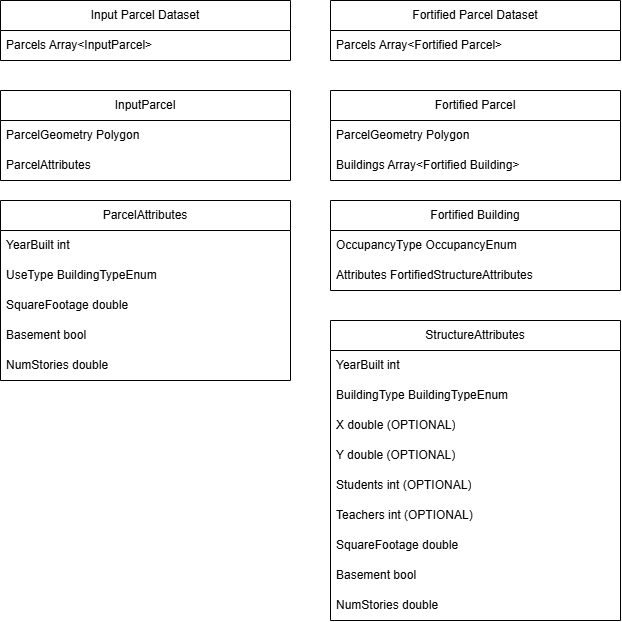
Above: drawio/ExampleDatasets-ParcelDataset.drawio.png in USACE-NSI/nsi-generator (draw.io), before the change. Source tidied: cells renumbered, new cells last; positions are measured from the earlier drawing's top-left corner, leaving out a move shared by most shapes.
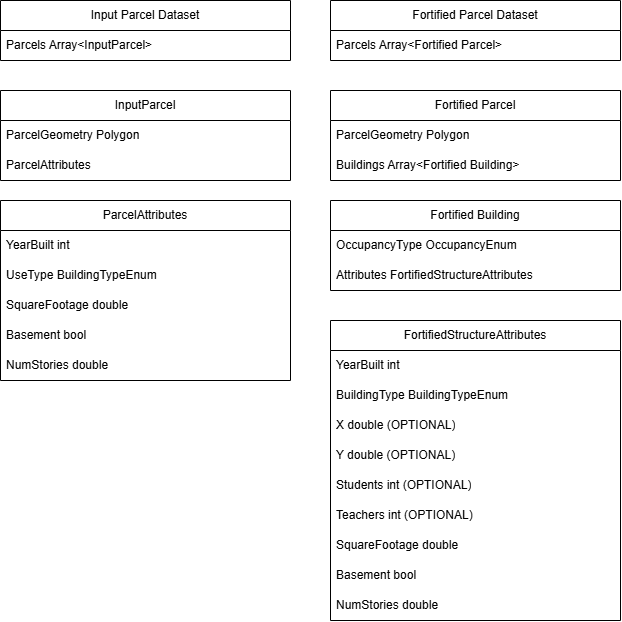
The same file after the commit.

The edit, as a diff of the source:
```diff
@@ -26,7 +26,7 @@
     <mxCell id="9" value="Attributes FortifiedStructureAttributes" style="text;strokeColor=none;fillColor=none;align=left;verticalAlign=middle;spacingLeft=4;spacingRight=4;overflow=hidden;whiteSpace=wrap;html=1;" parent="7" vertex="1">
       <mxGeometry y="60" width="290" height="30" as="geometry" />
     </mxCell>
-    <mxCell id="10" value="StructureAttributes" style="swimlane;fontStyle=0;horizontal=1;startSize=30;whiteSpace=wrap;html=1;" parent="1" vertex="1">
+    <mxCell id="10" value="FortifiedStructureAttributes" style="swimlane;fontStyle=0;horizontal=1;startSize=30;whiteSpace=wrap;html=1;" parent="1" vertex="1">
       <mxGeometry x="330" y="320" width="290" height="300" as="geometry" />
     </mxCell>
     <mxCell id="11" value="YearBuilt int" style="text;strokeColor=none;fillColor=none;align=left;verticalAlign=middle;spacingLeft=4;spacingRight=4;overflow=hidden;whiteSpace=wrap;html=1;" parent="10" vertex="1">
```
